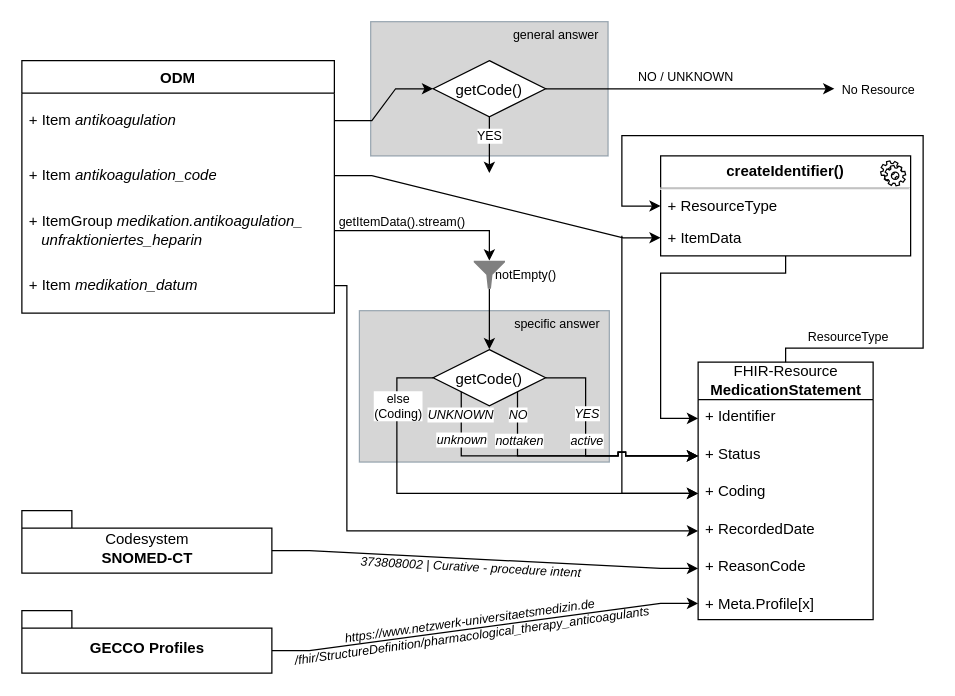
num-codex/odm2fhir keeps this draw.io diagram as docs/diagrams/draw-io/medication/Anticoagulants.drawio. Above is the earlier version. Source tidied: cells renumbered, new cells numbered last; positions are measured from the earlier drawing's top-left corner, leaving out a move shared by most shapes. Both pictures are drawn from the tidied source at 125%, with x=0, y=0 at pixel (21, 21).
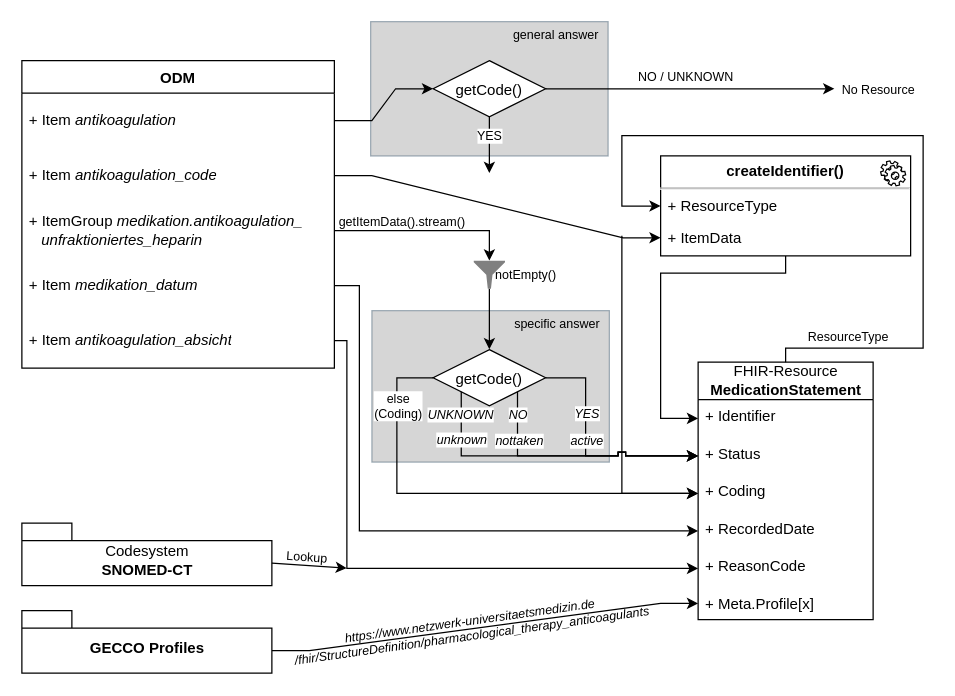
After the change.

Unchanged cells that the change refers to:
```xml
<mxCell id="14" value="+ RecordedDate" style="text;strokeColor=none;fillColor=none;align=left;verticalAlign=top;spacingLeft=4;spacingRight=4;overflow=hidden;points=[[0,0.5],[1,0.5]];portConstraint=eastwest;" parent="10" vertex="1">
  <mxGeometry y="120" width="140" height="30" as="geometry" />
</mxCell>
<mxCell id="15" value="+ ReasonCode" style="text;strokeColor=none;fillColor=none;align=left;verticalAlign=top;spacingLeft=4;spacingRight=4;overflow=hidden;points=[[0,0.5],[1,0.5]];portConstraint=eastwest;" parent="10" vertex="1">
  <mxGeometry y="150" width="140" height="30" as="geometry" />
</mxCell>
<mxCell id="21" value="+ Item &lt;i&gt;medikation_datum&lt;/i&gt;" style="text;strokeColor=none;fillColor=none;align=left;verticalAlign=middle;spacingLeft=4;spacingRight=4;overflow=hidden;points=[[0,0.5],[1,0.5]];portConstraint=eastwest;fontStyle=0;whiteSpace=wrap;html=1;" parent="17" vertex="1">
  <mxGeometry y="158" width="250" height="44" as="geometry" />
</mxCell>
```

The edit, as a diff of the source:
```diff
@@
     <mxCell id="7" style="rounded=0;whiteSpace=wrap;html=1;labelBackgroundColor=none;fontFamily=Helvetica;fontSize=10;noLabel=1;opacity=40;strokeColor=#23445d;fillColor=#999999;" parent="1" vertex="1">
-      <mxGeometry x="270" y="231" width="200" height="121.2" as="geometry" />
+      <mxGeometry x="280" y="231" width="190" height="121.2" as="geometry" />
     </mxCell>
@@
     <mxCell id="17" value="ODM" style="swimlane;fontStyle=1;horizontal=1;startSize=26;fillColor=none;" parent="1" vertex="1">
-      <mxGeometry y="31" width="250" height="202" as="geometry" />
+      <mxGeometry y="31" width="250" height="246" as="geometry" />
     </mxCell>
@@
+    <mxCell id="57" value="+ Item &lt;i&gt;antikoagulation_absicht&lt;/i&gt;" style="text;strokeColor=none;fillColor=none;align=left;verticalAlign=middle;spacingLeft=4;spacingRight=4;overflow=hidden;points=[[0,0.5],[1,0.5]];portConstraint=eastwest;fontStyle=0;whiteSpace=wrap;html=1;" parent="17" vertex="1">
+      <mxGeometry y="202" width="250" height="44" as="geometry" />
+    </mxCell>
@@
     <mxCell id="26" value="&lt;span style=&quot;font-weight: normal&quot;&gt;Codesystem&lt;/span&gt;&lt;br&gt;SNOMED-CT" style="shape=folder;fontStyle=1;spacingTop=10;tabWidth=40;tabHeight=14;tabPosition=left;html=1;" parent="1" vertex="1">
-      <mxGeometry y="391" width="200" height="50" as="geometry" />
+      <mxGeometry y="401" width="200" height="50" as="geometry" />
     </mxCell>
-    <mxCell id="27" style="edgeStyle=entityRelationEdgeStyle;rounded=0;jettySize=auto;html=1;exitX=0;exitY=0;exitDx=200;exitDy=32;exitPerimeter=0;" parent="1" edge="1" source="26" target="15">
-      <mxGeometry relative="1" as="geometry" />
+    <mxCell id="27" style="rounded=0;jettySize=auto;html=1;exitX=0;exitY=0;exitDx=200;exitDy=32;exitPerimeter=0;" parent="1" edge="1" source="26">
+      <mxGeometry relative="1" as="geometry">
+        <mxPoint x="260" y="437" as="targetPoint" />
+      </mxGeometry>
     </mxCell>
-    <mxCell id="28" value="373808002 | Curative - procedure intent" style="edgeLabel;html=1;align=center;verticalAlign=middle;fontSize=10;fontStyle=2;labelBackgroundColor=none;rotation=3;" parent="27" vertex="1">
-      <mxGeometry x="-0.06" y="1" relative="1" as="geometry">
-        <mxPoint x="-1" y="7" as="offset" />
-      </mxGeometry>
-    </mxCell>
@@
     <mxCell id="56" style="edgeStyle=orthogonalEdgeStyle;rounded=0;jumpStyle=sharp;jettySize=auto;html=1;exitX=1;exitY=0.5;exitDx=0;exitDy=0;entryX=0;entryY=0.5;entryDx=0;entryDy=0;startArrow=none;startFill=0;fontSize=10;" parent="1" edge="1" source="21" target="14">
       <mxGeometry relative="1" as="geometry">
         <Array as="points">
-          <mxPoint x="260" y="211" />
-          <mxPoint x="260" y="407" />
+          <mxPoint x="270" y="211" />
+          <mxPoint x="270" y="407" />
         </Array>
       </mxGeometry>
     </mxCell>
+    <mxCell id="58" style="edgeStyle=orthogonalEdgeStyle;rounded=0;jettySize=auto;html=1;exitX=1;exitY=0.5;exitDx=0;exitDy=0;entryX=0;entryY=0.5;entryDx=0;entryDy=0;" parent="1" edge="1" source="57" target="15">
+      <mxGeometry relative="1" as="geometry">
+        <Array as="points">
+          <mxPoint x="260" y="255" />
+          <mxPoint x="260" y="437" />
+        </Array>
+      </mxGeometry>
+    </mxCell>
+    <mxCell id="59" value="Lookup" style="text;html=1;align=center;verticalAlign=middle;fontSize=10;rotation=4;" parent="1" vertex="1">
+      <mxGeometry x="203" y="418" width="50" height="20" as="geometry" />
+    </mxCell>
```
